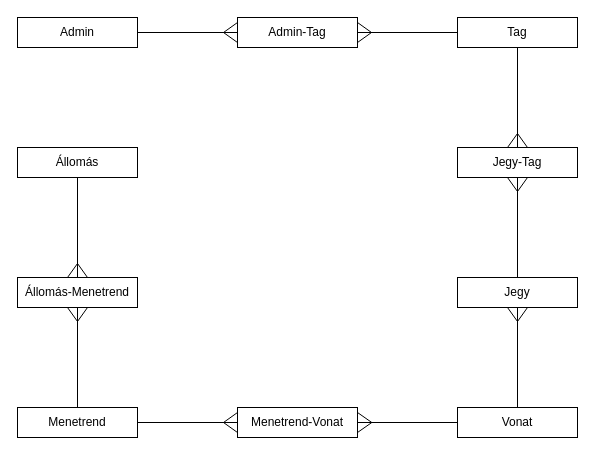
Above: Egyedmodell.drawio in RevMarci/vasutmenetrend (draw.io), before the change. Source tidied: cells renumbered, new cells numbered last; positions are measured from the earlier drawing's top-left corner, leaving out a move shared by most shapes. Both pictures are drawn from the tidied source at 100%, with x=0, y=0 at pixel (17, 17).
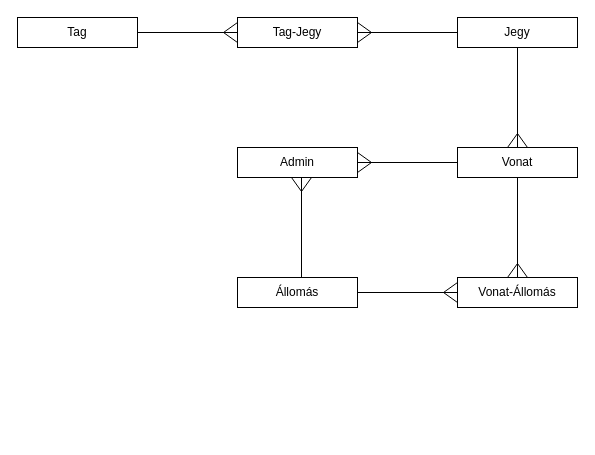
Above is the later version.

Commit message (it also covers changes not shown here):
Ek/tables docx, Egyed diagramm

What changed in the source:
```diff
@@
-    <mxCell id="2" value="Menetrend" style="rounded=0;whiteSpace=wrap;html=1;" parent="1" vertex="1">
-      <mxGeometry y="390" width="120" height="30" as="geometry" />
+    <mxCell id="2" value="Admin" style="rounded=0;whiteSpace=wrap;html=1;" parent="1" vertex="1">
+      <mxGeometry x="220" y="130" width="120" height="30" as="geometry" />
     </mxCell>
-    <mxCell id="3" value="Tag" style="rounded=0;whiteSpace=wrap;html=1;" parent="1" vertex="1">
+    <mxCell id="3" value="Jegy" style="rounded=0;whiteSpace=wrap;html=1;" parent="1" vertex="1">
       <mxGeometry x="440" width="120" height="30" as="geometry" />
     </mxCell>
-    <mxCell id="4" value="Jegy" style="rounded=0;whiteSpace=wrap;html=1;" parent="1" vertex="1">
-      <mxGeometry x="440" y="260" width="120" height="30" as="geometry" />
+    <mxCell id="4" value="Vonat" style="rounded=0;whiteSpace=wrap;html=1;" parent="1" vertex="1">
+      <mxGeometry x="440" y="130" width="120" height="30" as="geometry" />
     </mxCell>
-    <mxCell id="5" value="Vonat" style="rounded=0;whiteSpace=wrap;html=1;" parent="1" vertex="1">
-      <mxGeometry x="440" y="390" width="120" height="30" as="geometry" />
-    </mxCell>
-    <mxCell id="6" value="Admin" style="rounded=0;whiteSpace=wrap;html=1;" parent="1" vertex="1">
+    <mxCell id="6" value="Tag" style="rounded=0;whiteSpace=wrap;html=1;" parent="1" vertex="1">
       <mxGeometry width="120" height="30" as="geometry" />
     </mxCell>
     <mxCell id="7" value="Állomás" style="rounded=0;whiteSpace=wrap;html=1;" parent="1" vertex="1">
-      <mxGeometry y="130" width="120" height="30" as="geometry" />
+      <mxGeometry x="220" y="260" width="120" height="30" as="geometry" />
     </mxCell>
-    <mxCell id="8" style="group;rotation=-180;" parent="1" vertex="1">
-      <mxGeometry x="120" y="395" width="100" height="20" as="geometry" />
-    </mxCell>
-    <mxCell id="9" style="endArrow=none;html=1;rounded=0;" parent="8" edge="1">
-      <mxGeometry relative="1" as="geometry">
-        <mxPoint x="100" y="10" as="sourcePoint" />
-        <mxPoint y="10" as="targetPoint" />
-      </mxGeometry>
-    </mxCell>
-    <mxCell id="10" style="endArrow=none;html=1;rounded=0;" parent="8" edge="1">
-      <mxGeometry relative="1" as="geometry">
-        <mxPoint x="100" as="sourcePoint" />
-        <mxPoint x="86" y="10" as="targetPoint" />
-      </mxGeometry>
-    </mxCell>
-    <mxCell id="11" style="endArrow=none;html=1;rounded=0;" parent="8" edge="1">
-      <mxGeometry relative="1" as="geometry">
-        <mxPoint x="100" y="20" as="sourcePoint" />
-        <mxPoint x="86" y="10" as="targetPoint" />
-      </mxGeometry>
-    </mxCell>
-    <mxCell id="12" value="Menetrend-Vonat" style="rounded=0;whiteSpace=wrap;html=1;" parent="1" vertex="1">
-      <mxGeometry x="220" y="390" width="120" height="30" as="geometry" />
-    </mxCell>
-    <mxCell id="13" style="group;" parent="1" vertex="1">
-      <mxGeometry x="340" y="395" width="100" height="20" as="geometry" />
-    </mxCell>
-    <mxCell id="14" style="endArrow=none;html=1;rounded=0;" parent="13" edge="1">
-      <mxGeometry relative="1" as="geometry">
-        <mxPoint y="10" as="sourcePoint" />
-        <mxPoint x="100" y="10" as="targetPoint" />
-      </mxGeometry>
-    </mxCell>
-    <mxCell id="15" style="endArrow=none;html=1;rounded=0;" parent="13" edge="1">
-      <mxGeometry relative="1" as="geometry">
-        <mxPoint y="20" as="sourcePoint" />
-        <mxPoint x="14.3" y="10" as="targetPoint" />
-      </mxGeometry>
-    </mxCell>
-    <mxCell id="16" style="endArrow=none;html=1;rounded=0;" parent="13" edge="1">
-      <mxGeometry relative="1" as="geometry">
-        <mxPoint as="sourcePoint" />
-        <mxPoint x="14.3" y="10" as="targetPoint" />
-      </mxGeometry>
-    </mxCell>
-    <mxCell id="17" value="Állomás-Menetrend" style="rounded=0;whiteSpace=wrap;html=1;" parent="1" vertex="1">
-      <mxGeometry y="260" width="120" height="30" as="geometry" />
+    <mxCell id="17" value="Vonat-Állomás" style="rounded=0;whiteSpace=wrap;html=1;" parent="1" vertex="1">
+      <mxGeometry x="440" y="260" width="120" height="30" as="geometry" />
     </mxCell>
-    <mxCell id="18" style="group;rotation=90;" parent="1" vertex="1">
-      <mxGeometry x="10" y="330" width="100" height="20" as="geometry" />
+    <mxCell id="18" style="group;rotation=-180;" parent="1" vertex="1">
+      <mxGeometry x="340" y="265" width="100" height="20" as="geometry" />
     </mxCell>
     <mxCell id="19" style="endArrow=none;html=1;rounded=0;" parent="18" edge="1">
       <mxGeometry relative="1" as="geometry">
-        <mxPoint x="50" y="-40" as="sourcePoint" />
-        <mxPoint x="50" y="60" as="targetPoint" />
+        <mxPoint x="100" y="10" as="sourcePoint" />
+        <mxPoint y="10" as="targetPoint" />
       </mxGeometry>
     </mxCell>
     <mxCell id="20" style="endArrow=none;html=1;rounded=0;" parent="18" edge="1">
       <mxGeometry relative="1" as="geometry">
-        <mxPoint x="40" y="-40" as="sourcePoint" />
-        <mxPoint x="50" y="-26" as="targetPoint" />
+        <mxPoint x="100" as="sourcePoint" />
+        <mxPoint x="86" y="10" as="targetPoint" />
       </mxGeometry>
     </mxCell>
     <mxCell id="21" style="endArrow=none;html=1;rounded=0;" parent="18" edge="1">
       <mxGeometry relative="1" as="geometry">
-        <mxPoint x="60" y="-40" as="sourcePoint" />
-        <mxPoint x="50" y="-26" as="targetPoint" />
+        <mxPoint x="100" y="20" as="sourcePoint" />
+        <mxPoint x="86" y="10" as="targetPoint" />
       </mxGeometry>
     </mxCell>
     <mxCell id="22" style="group;rotation=-90;" parent="1" vertex="1">
-      <mxGeometry x="10" y="200" width="100" height="20" as="geometry" />
+      <mxGeometry x="450" y="200" width="100" height="20" as="geometry" />
     </mxCell>
@@
-    <mxCell id="26" value="Jegy-Tag" style="rounded=0;whiteSpace=wrap;html=1;" parent="1" vertex="1">
-      <mxGeometry x="440" y="130" width="120" height="30" as="geometry" />
-    </mxCell>
@@
-    <mxCell id="31" style="group;rotation=90;" parent="1" vertex="1">
-      <mxGeometry x="450" y="200" width="100" height="20" as="geometry" />
-    </mxCell>
-    <mxCell id="32" style="endArrow=none;html=1;rounded=0;" parent="31" edge="1">
-      <mxGeometry relative="1" as="geometry">
-        <mxPoint x="50" y="-40" as="sourcePoint" />
-        <mxPoint x="50" y="60" as="targetPoint" />
-      </mxGeometry>
-    </mxCell>
-    <mxCell id="33" style="endArrow=none;html=1;rounded=0;" parent="31" edge="1">
-      <mxGeometry relative="1" as="geometry">
-        <mxPoint x="40" y="-40" as="sourcePoint" />
-        <mxPoint x="50" y="-26" as="targetPoint" />
-      </mxGeometry>
-    </mxCell>
-    <mxCell id="34" style="endArrow=none;html=1;rounded=0;" parent="31" edge="1">
-      <mxGeometry relative="1" as="geometry">
-        <mxPoint x="60" y="-40" as="sourcePoint" />
-        <mxPoint x="50" y="-26" as="targetPoint" />
-      </mxGeometry>
-    </mxCell>
-    <mxCell id="35" style="group;rotation=90;" parent="1" vertex="1">
-      <mxGeometry x="450" y="330" width="100" height="20" as="geometry" />
-    </mxCell>
-    <mxCell id="36" style="endArrow=none;html=1;rounded=0;" parent="35" edge="1">
-      <mxGeometry relative="1" as="geometry">
-        <mxPoint x="50" y="-40" as="sourcePoint" />
-        <mxPoint x="50" y="60" as="targetPoint" />
-      </mxGeometry>
-    </mxCell>
-    <mxCell id="37" style="endArrow=none;html=1;rounded=0;" parent="35" edge="1">
-      <mxGeometry relative="1" as="geometry">
-        <mxPoint x="40" y="-40" as="sourcePoint" />
-        <mxPoint x="50" y="-26" as="targetPoint" />
-      </mxGeometry>
-    </mxCell>
-    <mxCell id="38" style="endArrow=none;html=1;rounded=0;" parent="35" edge="1">
-      <mxGeometry relative="1" as="geometry">
-        <mxPoint x="60" y="-40" as="sourcePoint" />
-        <mxPoint x="50" y="-26" as="targetPoint" />
-      </mxGeometry>
-    </mxCell>
@@
-    <mxCell id="43" value="Admin-Tag" style="rounded=0;whiteSpace=wrap;html=1;" parent="1" vertex="1">
+    <mxCell id="43" value="Tag-Jegy" style="rounded=0;whiteSpace=wrap;html=1;" parent="1" vertex="1">
       <mxGeometry x="220" width="120" height="30" as="geometry" />
     </mxCell>
@@
+    <mxCell id="48" style="group;rotation=0;" parent="1" vertex="1">
+      <mxGeometry x="340" y="135" width="100" height="20" as="geometry" />
+    </mxCell>
+    <mxCell id="49" style="endArrow=none;html=1;rounded=0;" parent="48" edge="1">
+      <mxGeometry relative="1" as="geometry">
+        <mxPoint y="10" as="sourcePoint" />
+        <mxPoint x="100" y="10" as="targetPoint" />
+      </mxGeometry>
+    </mxCell>
+    <mxCell id="50" style="endArrow=none;html=1;rounded=0;" parent="48" edge="1">
+      <mxGeometry relative="1" as="geometry">
+        <mxPoint y="20" as="sourcePoint" />
+        <mxPoint x="14" y="10" as="targetPoint" />
+      </mxGeometry>
+    </mxCell>
+    <mxCell id="51" style="endArrow=none;html=1;rounded=0;" parent="48" edge="1">
+      <mxGeometry relative="1" as="geometry">
+        <mxPoint as="sourcePoint" />
+        <mxPoint x="14" y="10" as="targetPoint" />
+      </mxGeometry>
+    </mxCell>
+    <mxCell id="52" style="group;rotation=90;" parent="1" vertex="1">
+      <mxGeometry x="234" y="200" width="100" height="20" as="geometry" />
+    </mxCell>
+    <mxCell id="53" style="endArrow=none;html=1;rounded=0;" parent="52" edge="1">
+      <mxGeometry relative="1" as="geometry">
+        <mxPoint x="50" y="-40" as="sourcePoint" />
+        <mxPoint x="50" y="60" as="targetPoint" />
+      </mxGeometry>
+    </mxCell>
+    <mxCell id="54" style="endArrow=none;html=1;rounded=0;" parent="52" edge="1">
+      <mxGeometry relative="1" as="geometry">
+        <mxPoint x="40" y="-40" as="sourcePoint" />
+        <mxPoint x="50" y="-26" as="targetPoint" />
+      </mxGeometry>
+    </mxCell>
+    <mxCell id="55" style="endArrow=none;html=1;rounded=0;" parent="52" edge="1">
+      <mxGeometry relative="1" as="geometry">
+        <mxPoint x="60" y="-40" as="sourcePoint" />
+        <mxPoint x="50" y="-26" as="targetPoint" />
+      </mxGeometry>
+    </mxCell>
```
